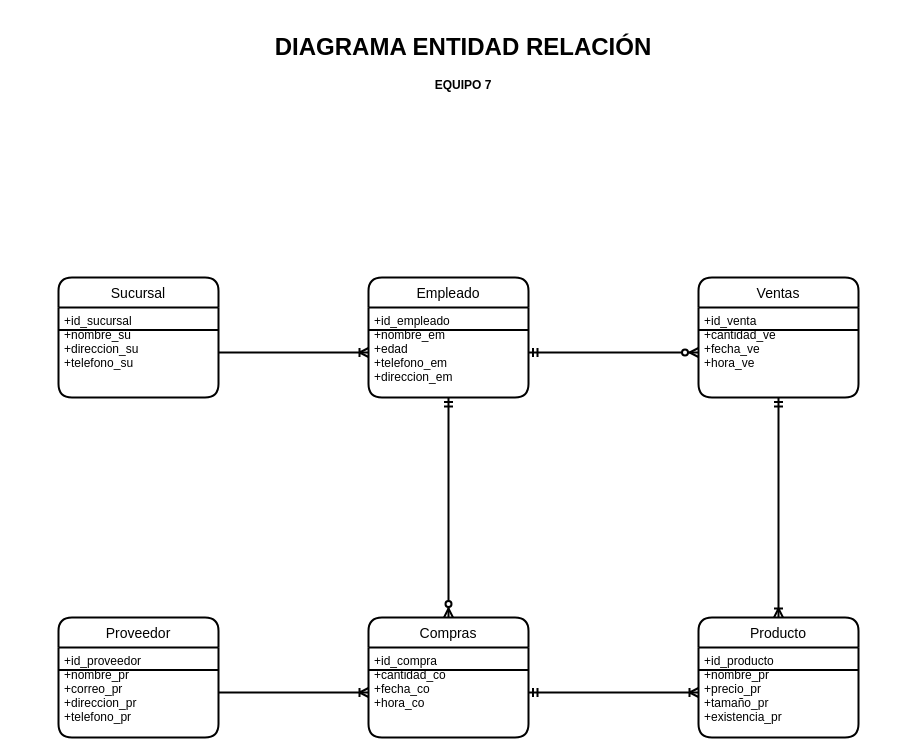
Before: Diagrama Entidad-Relacion (1) (1).drawio in cato97/hello-world, a draw.io diagram. Source tidied: cells renumbered, new cells numbered last; positions are measured from the earlier drawing's top-left corner, leaving out a move shared by most shapes. Both pictures are drawn from the tidied source at 100%, with x=0, y=0 at pixel (58, 27).
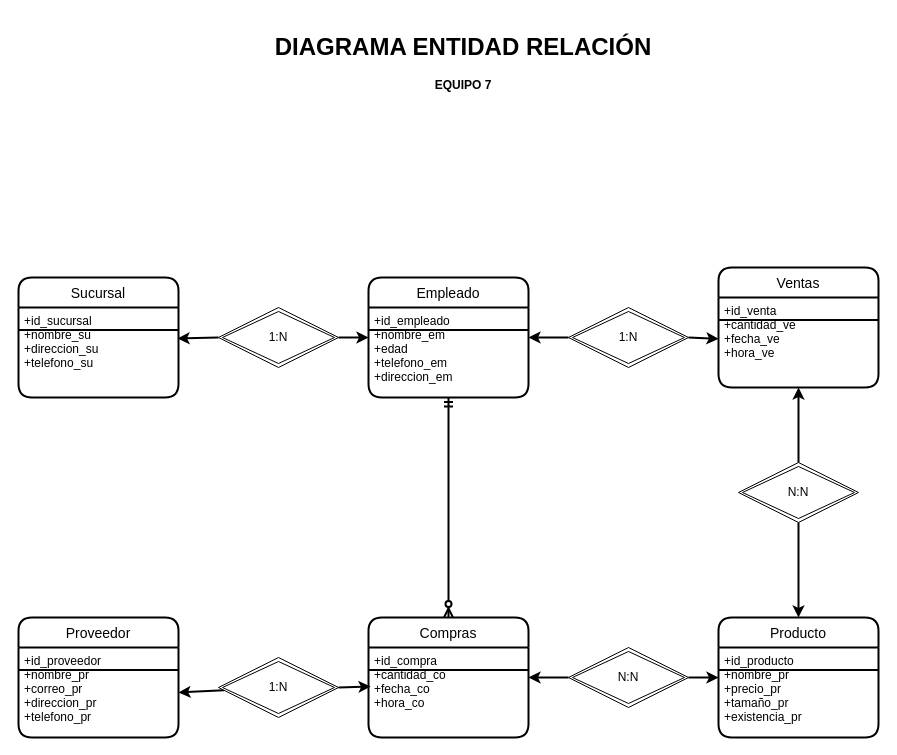
The same diagram, later.

Commit message:
Update Diagrama Entidad-Relacion Corregido.drawio

Unchanged cells that the change refers to:
```xml
<mxCell id="14" value="Empleado" style="swimlane;horizontal=1;startSize=30;rounded=1;fontSize=14;fontStyle=0;strokeWidth=2;shadow=0;dashed=0;align=center;" parent="1" vertex="1">
  <mxGeometry x="310" y="250" width="160" height="120" as="geometry" />
</mxCell>
<mxCell id="15" value="+id_empleado&#10;+nombre_em&#10;+edad&#10;+telefono_em&#10;+direccion_em" style="align=left;strokeColor=none;fillColor=none;spacingLeft=4;fontSize=12;verticalAlign=top;" parent="14" vertex="1">
  <mxGeometry y="30" width="160" height="90" as="geometry" />
</mxCell>
<mxCell id="21" value="+id_compra&#10;+cantidad_co&#10;+fecha_co&#10;+hora_co" style="align=left;strokeColor=none;fillColor=none;spacingLeft=4;fontSize=12;verticalAlign=top;" parent="20" vertex="1">
  <mxGeometry y="30" width="160" height="90" as="geometry" />
</mxCell>
<mxCell id="25" value="+id_proveedor&#10;+nombre_pr&#10;+correo_pr&#10;+direccion_pr&#10;+telefono_pr" style="align=left;strokeColor=none;fillColor=none;spacingLeft=4;fontSize=12;verticalAlign=top;" parent="24" vertex="1">
  <mxGeometry y="30" width="160" height="90" as="geometry" />
</mxCell>
```

The edit, as a diff of the source:
```diff
@@
-    <mxCell id="2" style="edgeStyle=entityRelationEdgeStyle;fontSize=12;html=1;endArrow=ERoneToMany;exitX=1;exitY=0.5;exitDx=0;exitDy=0;strokeWidth=2;entryX=0;entryY=0.5;entryDx=0;entryDy=0;" parent="1" edge="1" source="9" target="15">
-      <mxGeometry relative="1" as="geometry" />
-    </mxCell>
-    <mxCell id="3" style="fontSize=12;html=1;endArrow=ERoneToMany;strokeWidth=2;entryX=0;entryY=0.5;entryDx=0;entryDy=0;exitX=1;exitY=0.5;exitDx=0;exitDy=0;" parent="1" edge="1" source="25" target="21">
-      <mxGeometry relative="1" as="geometry" />
-    </mxCell>
-    <mxCell id="4" style="fontSize=12;html=1;endArrow=ERoneToMany;startArrow=ERmandOne;strokeWidth=2;exitX=0.5;exitY=1;exitDx=0;exitDy=0;entryX=0.5;entryY=0;entryDx=0;entryDy=0;" parent="1" edge="1" source="12" target="17">
-      <mxGeometry relative="1" as="geometry" />
-    </mxCell>
@@
-    <mxCell id="6" style="fontSize=12;html=1;endArrow=ERzeroToMany;startArrow=ERmandOne;strokeWidth=2;entryX=0;entryY=0.5;entryDx=0;entryDy=0;exitX=1;exitY=0.5;exitDx=0;exitDy=0;" parent="1" edge="1" source="15" target="12">
-      <mxGeometry relative="1" as="geometry" />
-    </mxCell>
-    <mxCell id="7" style="fontSize=12;html=1;endArrow=ERoneToMany;startArrow=ERmandOne;strokeWidth=2;exitX=1;exitY=0.5;exitDx=0;exitDy=0;entryX=0;entryY=0.5;entryDx=0;entryDy=0;" parent="1" edge="1" source="21" target="18">
-      <mxGeometry relative="1" as="geometry" />
-    </mxCell>
-    <mxCell id="8" value="Sucursal" style="swimlane;horizontal=1;startSize=30;rounded=1;fontSize=14;fontStyle=0;strokeWidth=2;shadow=0;dashed=0;align=center;" parent="1" vertex="1">
-      <mxGeometry y="250" width="160" height="120" as="geometry" />
-    </mxCell>
-    <mxCell id="9" value="+id_sucursal&#10;+nombre_su&#10;+direccion_su&#10;+telefono_su" style="align=left;strokeColor=none;fillColor=none;spacingLeft=4;fontSize=12;verticalAlign=top;" parent="8" vertex="1">
-      <mxGeometry y="30" width="160" height="90" as="geometry" />
-    </mxCell>
-    <mxCell id="10" style="endArrow=none;html=1;strokeWidth=2;exitX=0;exitY=0.25;exitDx=0;exitDy=0;entryX=1;entryY=0.25;entryDx=0;entryDy=0;" parent="8" edge="1" source="9" target="9">
-      <mxGeometry relative="1" as="geometry" />
-    </mxCell>
-    <mxCell id="11" value="Ventas" style="swimlane;horizontal=1;startSize=30;rounded=1;fontSize=14;fontStyle=0;strokeWidth=2;shadow=0;dashed=0;align=center;" parent="1" vertex="1">
-      <mxGeometry x="640" y="250" width="160" height="120" as="geometry" />
-    </mxCell>
-    <mxCell id="12" value="+id_venta&#10;+cantidad_ve&#10;+fecha_ve&#10;+hora_ve" style="align=left;strokeColor=none;fillColor=none;spacingLeft=4;fontSize=12;verticalAlign=top;" parent="11" vertex="1">
-      <mxGeometry y="30" width="160" height="90" as="geometry" />
-    </mxCell>
-    <mxCell id="13" style="endArrow=none;html=1;strokeWidth=2;exitX=0;exitY=0.25;exitDx=0;exitDy=0;entryX=1;entryY=0.25;entryDx=0;entryDy=0;" parent="11" edge="1" source="12" target="12">
-      <mxGeometry relative="1" as="geometry" />
-    </mxCell>
@@
-    <mxCell id="17" value="Producto" style="swimlane;horizontal=1;startSize=30;rounded=1;fontSize=14;fontStyle=0;strokeWidth=2;shadow=0;dashed=0;align=center;" parent="1" vertex="1">
-      <mxGeometry x="640" y="590" width="160" height="120" as="geometry" />
-    </mxCell>
-    <mxCell id="18" value="+id_producto&#10;+nombre_pr&#10;+precio_pr&#10;+tamaño_pr&#10;+existencia_pr" style="align=left;strokeColor=none;fillColor=none;spacingLeft=4;fontSize=12;verticalAlign=top;" parent="17" vertex="1">
-      <mxGeometry y="30" width="160" height="90" as="geometry" />
-    </mxCell>
-    <mxCell id="19" style="endArrow=none;html=1;strokeWidth=2;exitX=0;exitY=0.25;exitDx=0;exitDy=0;entryX=1;entryY=0.25;entryDx=0;entryDy=0;" parent="17" edge="1" source="18" target="18">
-      <mxGeometry relative="1" as="geometry" />
-    </mxCell>
@@
+    <mxCell id="27" value="&lt;h1&gt;DIAGRAMA ENTIDAD RELACIÓN&lt;/h1&gt;&lt;div&gt;&lt;b&gt;EQUIPO 7&lt;/b&gt;&lt;/div&gt;&lt;div&gt;&lt;b&gt;&lt;br&gt;&lt;/b&gt;&lt;/div&gt;" style="text;html=1;strokeColor=none;fillColor=none;spacing=5;spacingTop=-20;whiteSpace=wrap;overflow=hidden;rounded=0;align=center;" parent="1" vertex="1">
+      <mxGeometry x="180" width="450" height="120" as="geometry" />
+    </mxCell>
+    <mxCell id="28" style="edgeStyle=none;rounded=0;jettySize=auto;html=1;exitX=0.5;exitY=0;exitDx=0;exitDy=0;entryX=0.5;entryY=1;entryDx=0;entryDy=0;strokeWidth=2;" parent="1" edge="1" source="30" target="12">
+      <mxGeometry relative="1" as="geometry" />
+    </mxCell>
+    <mxCell id="29" style="edgeStyle=none;rounded=0;jettySize=auto;html=1;exitX=0.5;exitY=1;exitDx=0;exitDy=0;entryX=0.5;entryY=0;entryDx=0;entryDy=0;strokeWidth=2;" parent="1" edge="1" source="30" target="17">
+      <mxGeometry relative="1" as="geometry" />
+    </mxCell>
+    <mxCell id="30" value="N:N" style="shape=rhombus;double=1;perimeter=rhombusPerimeter;whiteSpace=wrap;html=1;align=center;" parent="1" vertex="1">
+      <mxGeometry x="680" y="435" width="120" height="60" as="geometry" />
+    </mxCell>
+    <mxCell id="31" style="edgeStyle=none;rounded=0;jettySize=auto;html=1;exitX=1;exitY=0.5;exitDx=0;exitDy=0;strokeWidth=2;" parent="1" edge="1" source="33" target="12">
+      <mxGeometry relative="1" as="geometry" />
+    </mxCell>
+    <mxCell id="32" style="edgeStyle=none;rounded=0;jettySize=auto;html=1;exitX=0;exitY=0.5;exitDx=0;exitDy=0;entryX=1;entryY=0.333;entryDx=0;entryDy=0;entryPerimeter=0;strokeWidth=2;" parent="1" edge="1" source="33" target="15">
+      <mxGeometry relative="1" as="geometry" />
+    </mxCell>
+    <mxCell id="33" value="1:N" style="shape=rhombus;double=1;perimeter=rhombusPerimeter;whiteSpace=wrap;html=1;align=center;" parent="1" vertex="1">
+      <mxGeometry x="510" y="280" width="120" height="60" as="geometry" />
+    </mxCell>
+    <mxCell id="34" style="edgeStyle=none;rounded=0;jettySize=auto;html=1;exitX=1;exitY=0.5;exitDx=0;exitDy=0;entryX=0;entryY=0.5;entryDx=0;entryDy=0;strokeWidth=2;" parent="1" edge="1" source="36" target="14">
+      <mxGeometry relative="1" as="geometry" />
+    </mxCell>
+    <mxCell id="35" style="edgeStyle=none;rounded=0;jettySize=auto;html=1;exitX=0;exitY=0.5;exitDx=0;exitDy=0;entryX=0.994;entryY=0.344;entryDx=0;entryDy=0;entryPerimeter=0;strokeWidth=2;" parent="1" edge="1" source="36" target="9">
+      <mxGeometry relative="1" as="geometry" />
+    </mxCell>
+    <mxCell id="36" value="1:N" style="shape=rhombus;double=1;perimeter=rhombusPerimeter;whiteSpace=wrap;html=1;align=center;" parent="1" vertex="1">
+      <mxGeometry x="160" y="280" width="120" height="60" as="geometry" />
+    </mxCell>
+    <mxCell id="8" value="Sucursal" style="swimlane;horizontal=1;startSize=30;rounded=1;fontSize=14;fontStyle=0;strokeWidth=2;shadow=0;dashed=0;align=center;" parent="1" vertex="1">
+      <mxGeometry x="-40" y="250" width="160" height="120" as="geometry" />
+    </mxCell>
+    <mxCell id="9" value="+id_sucursal&#10;+nombre_su&#10;+direccion_su&#10;+telefono_su" style="align=left;strokeColor=none;fillColor=none;spacingLeft=4;fontSize=12;verticalAlign=top;" parent="8" vertex="1">
+      <mxGeometry y="30" width="160" height="90" as="geometry" />
+    </mxCell>
+    <mxCell id="10" style="endArrow=none;html=1;strokeWidth=2;exitX=0;exitY=0.25;exitDx=0;exitDy=0;entryX=1;entryY=0.25;entryDx=0;entryDy=0;" parent="8" edge="1" source="9" target="9">
+      <mxGeometry relative="1" as="geometry" />
+    </mxCell>
     <mxCell id="24" value="Proveedor" style="swimlane;horizontal=1;startSize=30;rounded=1;fontSize=14;fontStyle=0;strokeWidth=2;shadow=0;dashed=0;align=center;" parent="1" vertex="1">
-      <mxGeometry y="590" width="160" height="120" as="geometry" />
+      <mxGeometry x="-40" y="590" width="160" height="120" as="geometry" />
     </mxCell>
@@
-    <mxCell id="27" value="&lt;h1&gt;DIAGRAMA ENTIDAD RELACIÓN&lt;/h1&gt;&lt;div&gt;&lt;b&gt;EQUIPO 7&lt;/b&gt;&lt;/div&gt;&lt;div&gt;&lt;b&gt;&lt;br&gt;&lt;/b&gt;&lt;/div&gt;" style="text;html=1;strokeColor=none;fillColor=none;spacing=5;spacingTop=-20;whiteSpace=wrap;overflow=hidden;rounded=0;align=center;" parent="1" vertex="1">
-      <mxGeometry x="180" width="450" height="120" as="geometry" />
-    </mxCell>
+    <mxCell id="37" style="edgeStyle=none;rounded=0;jettySize=auto;html=1;entryX=1;entryY=0.5;entryDx=0;entryDy=0;strokeWidth=2;" parent="1" edge="1" source="39" target="25">
+      <mxGeometry relative="1" as="geometry" />
+    </mxCell>
+    <mxCell id="38" style="edgeStyle=none;rounded=0;jettySize=auto;html=1;exitX=1;exitY=0.5;exitDx=0;exitDy=0;entryX=0.013;entryY=0.433;entryDx=0;entryDy=0;entryPerimeter=0;strokeWidth=2;" parent="1" edge="1" source="39" target="21">
+      <mxGeometry relative="1" as="geometry" />
+    </mxCell>
+    <mxCell id="39" value="1:N" style="shape=rhombus;double=1;perimeter=rhombusPerimeter;whiteSpace=wrap;html=1;align=center;" parent="1" vertex="1">
+      <mxGeometry x="160" y="630" width="120" height="60" as="geometry" />
+    </mxCell>
+    <mxCell id="40" style="edgeStyle=none;rounded=0;jettySize=auto;html=1;exitX=0;exitY=0.5;exitDx=0;exitDy=0;entryX=1;entryY=0.333;entryDx=0;entryDy=0;entryPerimeter=0;strokeWidth=2;" parent="1" edge="1" source="42" target="21">
+      <mxGeometry relative="1" as="geometry" />
+    </mxCell>
+    <mxCell id="41" style="edgeStyle=none;rounded=0;jettySize=auto;html=1;exitX=1;exitY=0.5;exitDx=0;exitDy=0;entryX=0;entryY=0.5;entryDx=0;entryDy=0;strokeWidth=2;" parent="1" edge="1" source="42" target="17">
+      <mxGeometry relative="1" as="geometry" />
+    </mxCell>
+    <mxCell id="42" value="N:N" style="shape=rhombus;double=1;perimeter=rhombusPerimeter;whiteSpace=wrap;html=1;align=center;" parent="1" vertex="1">
+      <mxGeometry x="510" y="620" width="120" height="60" as="geometry" />
+    </mxCell>
+    <mxCell id="17" value="Producto" style="swimlane;horizontal=1;startSize=30;rounded=1;fontSize=14;fontStyle=0;strokeWidth=2;shadow=0;dashed=0;align=center;" parent="1" vertex="1">
+      <mxGeometry x="660" y="590" width="160" height="120" as="geometry" />
+    </mxCell>
+    <mxCell id="18" value="+id_producto&#10;+nombre_pr&#10;+precio_pr&#10;+tamaño_pr&#10;+existencia_pr" style="align=left;strokeColor=none;fillColor=none;spacingLeft=4;fontSize=12;verticalAlign=top;" parent="17" vertex="1">
+      <mxGeometry y="30" width="160" height="90" as="geometry" />
+    </mxCell>
+    <mxCell id="19" style="endArrow=none;html=1;strokeWidth=2;exitX=0;exitY=0.25;exitDx=0;exitDy=0;entryX=1;entryY=0.25;entryDx=0;entryDy=0;" parent="17" edge="1" source="18" target="18">
+      <mxGeometry relative="1" as="geometry" />
+    </mxCell>
+    <mxCell id="11" value="Ventas" style="swimlane;horizontal=1;startSize=30;rounded=1;fontSize=14;fontStyle=0;strokeWidth=2;shadow=0;dashed=0;align=center;" parent="1" vertex="1">
+      <mxGeometry x="660" y="240" width="160" height="120" as="geometry" />
+    </mxCell>
+    <mxCell id="12" value="+id_venta&#10;+cantidad_ve&#10;+fecha_ve&#10;+hora_ve" style="align=left;strokeColor=none;fillColor=none;spacingLeft=4;fontSize=12;verticalAlign=top;" parent="11" vertex="1">
+      <mxGeometry y="30" width="160" height="90" as="geometry" />
+    </mxCell>
+    <mxCell id="13" style="endArrow=none;html=1;strokeWidth=2;exitX=0;exitY=0.25;exitDx=0;exitDy=0;entryX=1;entryY=0.25;entryDx=0;entryDy=0;" parent="11" edge="1" source="12" target="12">
+      <mxGeometry relative="1" as="geometry" />
+    </mxCell>
```
